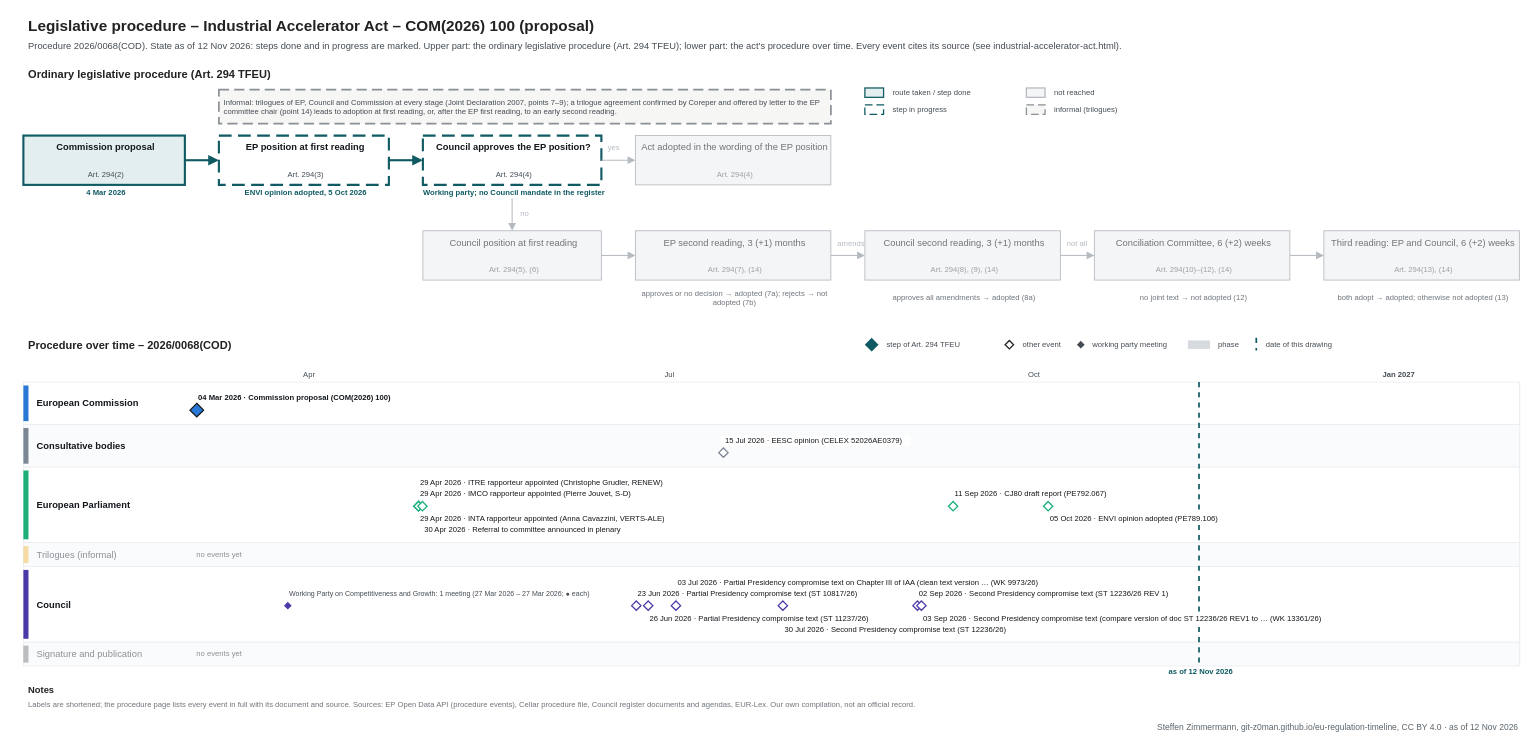
The draw.io diagram procedures/industrial-accelerator-act.drawio in git-z0man/eu-regulation-timeline, before the edit. Source tidied: cells renumbered, new cells numbered last; positions are measured from the earlier drawing's top-left corner, leaving out a move shared by most shapes. Both pictures are drawn from the tidied source at 85%, with x=0, y=0 at pixel (14, 14).
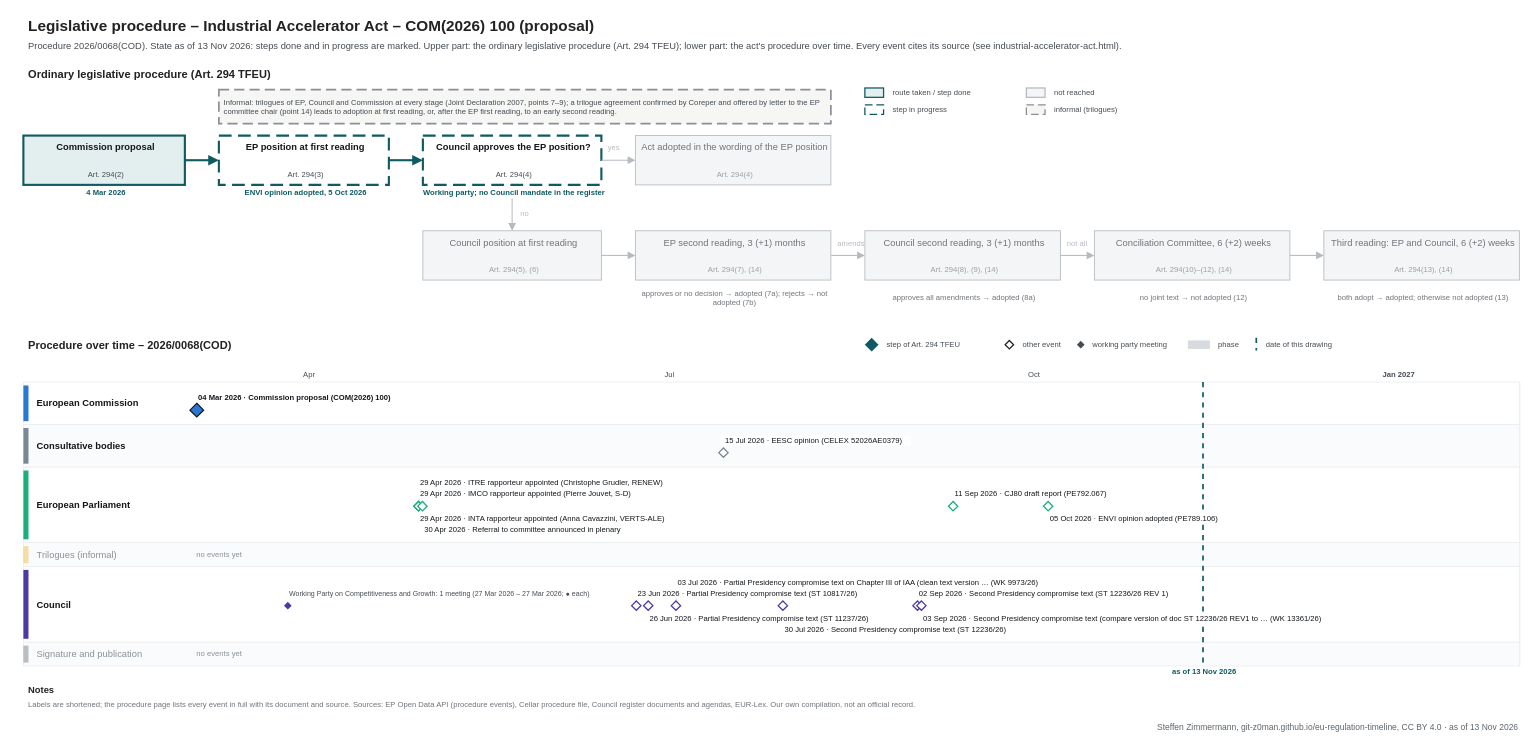
The same page after the edit.

Diff of the diagram source:
```diff
@@
-    <mxCell id="3" value="Procedure 2026/0068(COD). State as of 12 Nov 2026: steps done and in progress are marked. Upper part: the ordinary legislative procedure (Art. 294 TFEU); lower part: the act's procedure over time. Every event cites its source (see industrial-accelerator-act.html)." style="text;html=1;fontSize=11;fontColor=#454c53;align=left;verticalAlign=middle;spacingLeft=4;" parent="1" vertex="1">
+    <mxCell id="3" value="Procedure 2026/0068(COD). State as of 13 Nov 2026: steps done and in progress are marked. Upper part: the ordinary legislative procedure (Art. 294 TFEU); lower part: the act's procedure over time. Every event cites its source (see industrial-accelerator-act.html)." style="text;html=1;fontSize=11;fontColor=#454c53;align=left;verticalAlign=middle;spacingLeft=4;" parent="1" vertex="1">
       <mxGeometry x="10" y="28" width="1700" height="18" as="geometry" />
     </mxCell>
@@
     <mxCell id="108" style="line;html=1;strokeWidth=2;strokeColor=#0f5a63;direction=south;dashed=1;" parent="1" vertex="1">
-      <mxGeometry x="1392.6" y="432" width="1" height="334" as="geometry" />
+      <mxGeometry x="1397.3" y="432" width="1" height="334" as="geometry" />
     </mxCell>
-    <mxCell id="109" value="as of 12 Nov 2026" style="text;html=1;fontSize=9;fontColor=#0f5a63;align=center;verticalAlign=middle;spacingLeft=4;fontStyle=1;" parent="1" vertex="1">
-      <mxGeometry x="1332.6" y="767" width="120" height="12" as="geometry" />
+    <mxCell id="109" value="as of 13 Nov 2026" style="text;html=1;fontSize=9;fontColor=#0f5a63;align=center;verticalAlign=middle;spacingLeft=4;fontStyle=1;" parent="1" vertex="1">
+      <mxGeometry x="1337.3" y="767" width="120" height="12" as="geometry" />
     </mxCell>
@@
-    <mxCell id="146" value="Steffen Zimmermann, git-z0man.github.io/eu-regulation-timeline, CC BY 4.0 · as of 12 Nov 2026" style="text;html=1;fontSize=10;fontColor=#5b646b;align=right;verticalAlign=middle;spacingLeft=4;" parent="1" vertex="1">
+    <mxCell id="146" value="Steffen Zimmermann, git-z0man.github.io/eu-regulation-timeline, CC BY 4.0 · as of 13 Nov 2026" style="text;html=1;fontSize=10;fontColor=#5b646b;align=right;verticalAlign=middle;spacingLeft=4;" parent="1" vertex="1">
       <mxGeometry x="10" y="830" width="1760" height="16" as="geometry" />
     </mxCell>
```
